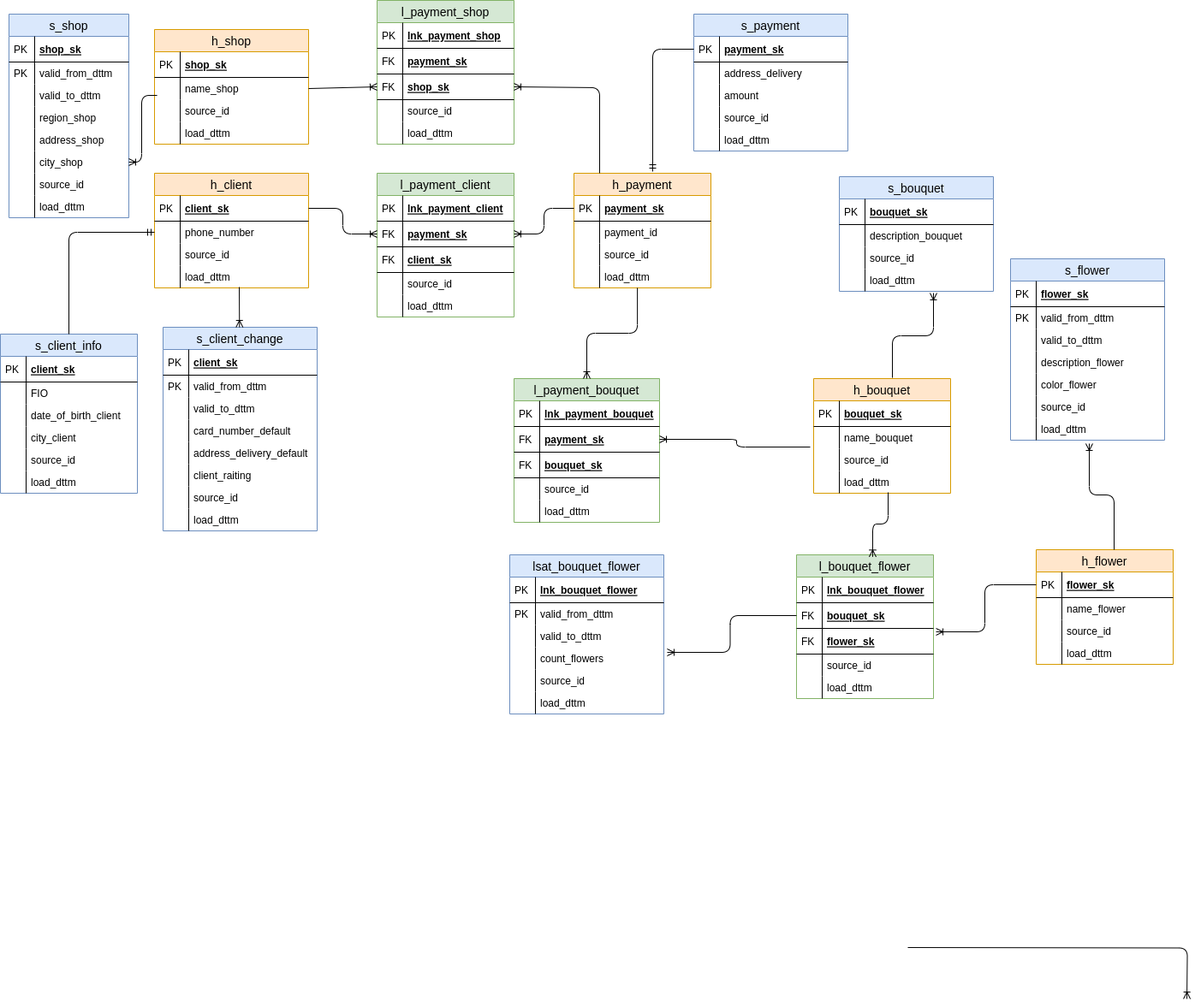
Above: доставка цветов-Data Vault .drawio.png in PPPirogov/Karpov_course (draw.io), before the change. Source tidied: cells renumbered, new cells last; positions are measured from the earlier drawing's top-left corner, leaving out a move shared by most shapes.
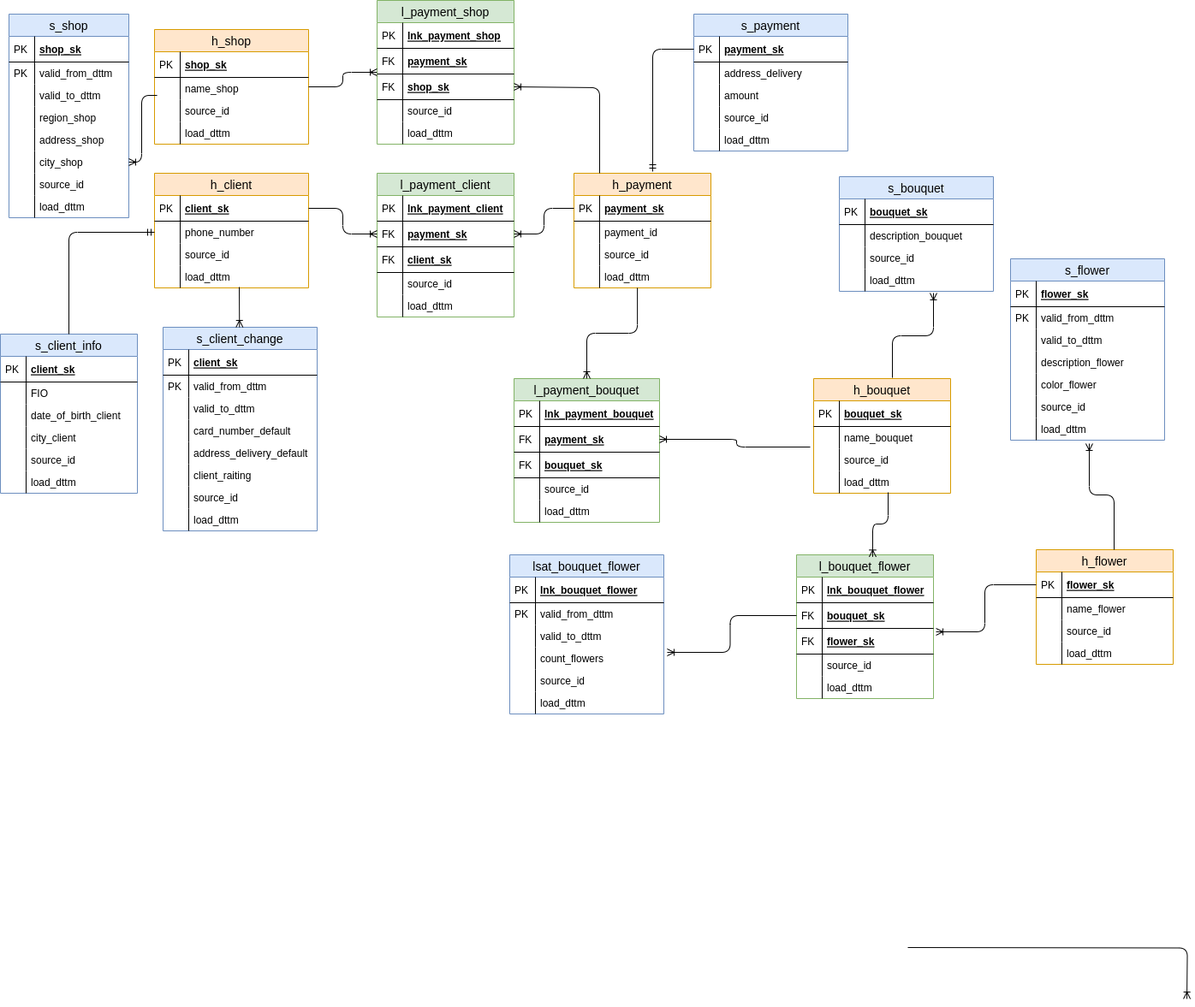
After the commit.

The edit, as a diff of the source:
```diff
@@ -287,7 +287,7 @@
     <mxCell id="96" style="shape=partialRectangle;top=0;left=0;bottom=0;fillColor=none;align=left;verticalAlign=top;spacingLeft=4;spacingRight=4;overflow=hidden;fontSize=12;" parent="95" vertex="1">
       <mxGeometry width="30" height="26" as="geometry" />
     </mxCell>
-    <mxCell id="97" style="fontSize=12;html=1;endArrow=ERoneToMany;elbow=vertical;exitX=1;exitY=0.5;exitDx=0;exitDy=0;entryX=0;entryY=0.5;entryDx=0;entryDy=0;" parent="1" edge="1" source="91" target="82">
+    <mxCell id="97" style="fontSize=12;html=1;endArrow=ERoneToMany;elbow=vertical;edgeStyle=orthogonalEdgeStyle;" parent="1" edge="1" source="88" target="77">
       <mxGeometry relative="1" as="geometry" />
     </mxCell>
     <mxCell id="98" style="edgeStyle=orthogonalEdgeStyle;fontSize=12;html=1;endArrow=ERoneToMany;elbow=vertical;entryX=1;entryY=0.5;entryDx=0;entryDy=0;" parent="1" edge="1" source="54" target="82">
```
